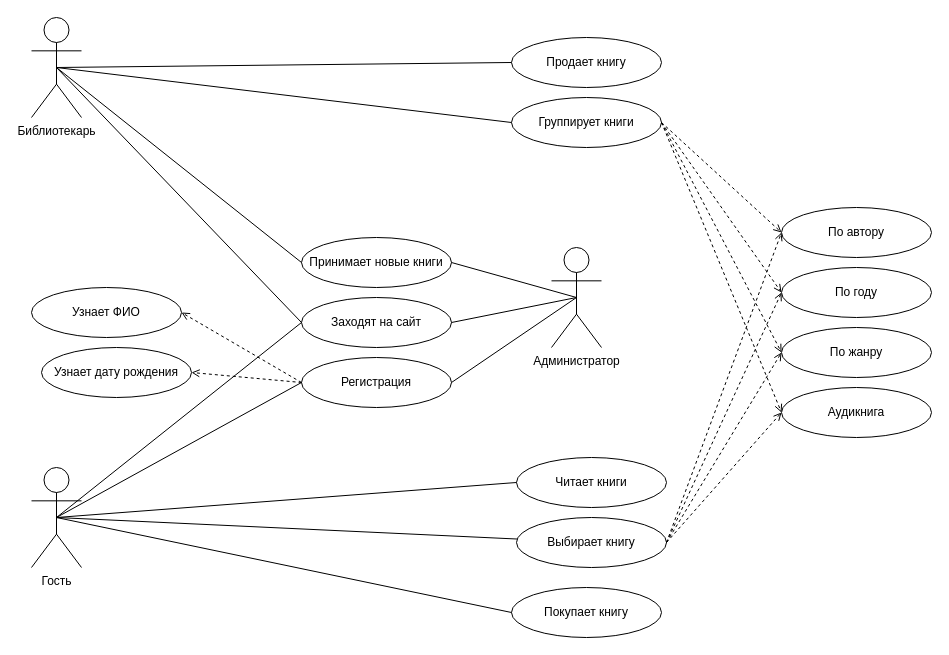
Before: Диаграмма 1.drawio in Fanatik62/biblioteka, a draw.io diagram. Source tidied: cells renumbered, new cells numbered last; positions are measured from the earlier drawing's top-left corner, leaving out a move shared by most shapes. Both pictures are drawn from the tidied source at 100%, with x=0, y=0 at pixel (31, 17).
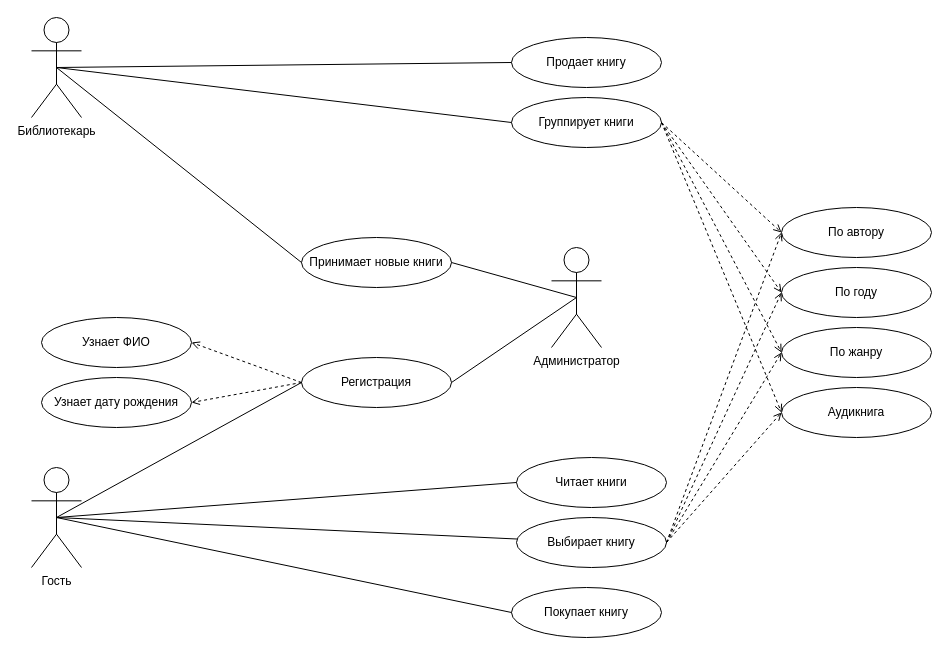
The same diagram, later.

Unchanged cells that the change refers to:
```xml
<mxCell id="2" value="Библиотекарь" style="shape=umlActor;verticalLabelPosition=bottom;verticalAlign=top;html=1;outlineConnect=0;" parent="1" vertex="1">
  <mxGeometry width="50" height="100" as="geometry" />
</mxCell>
<mxCell id="3" value="Администратор" style="shape=umlActor;verticalLabelPosition=bottom;verticalAlign=top;html=1;outlineConnect=0;" parent="1" vertex="1">
  <mxGeometry x="520" y="230" width="50" height="100" as="geometry" />
</mxCell>
<mxCell id="4" value="Гость" style="shape=umlActor;verticalLabelPosition=bottom;verticalAlign=top;html=1;outlineConnect=0;" parent="1" vertex="1">
  <mxGeometry y="450" width="50" height="100" as="geometry" />
</mxCell>
```

The edit, as a diff of the source:
```diff
@@
     <mxCell id="26" value="Узнает ФИО" style="ellipse;whiteSpace=wrap;html=1;" parent="1" vertex="1">
-      <mxGeometry y="270" width="150" height="50" as="geometry" />
+      <mxGeometry x="10" y="300" width="150" height="50" as="geometry" />
     </mxCell>
     <mxCell id="27" value="Узнает дату рождения" style="ellipse;whiteSpace=wrap;html=1;" parent="1" vertex="1">
-      <mxGeometry x="10" y="330" width="150" height="50" as="geometry" />
+      <mxGeometry x="10" y="360" width="150" height="50" as="geometry" />
     </mxCell>
@@
-    <mxCell id="37" value="Заходят на сайт" style="ellipse;whiteSpace=wrap;html=1;" parent="1" vertex="1">
-      <mxGeometry x="270" y="280" width="150" height="50" as="geometry" />
-    </mxCell>
-    <mxCell id="38" style="endArrow=none;html=1;entryX=0;entryY=0.5;entryDx=0;entryDy=0;exitX=0.5;exitY=0.5;exitDx=0;exitDy=0;exitPerimeter=0;" parent="1" edge="1" source="4" target="37">
-      <mxGeometry relative="1" as="geometry" />
-    </mxCell>
-    <mxCell id="39" style="endArrow=none;html=1;exitX=0.5;exitY=0.5;exitDx=0;exitDy=0;exitPerimeter=0;entryX=0;entryY=0.5;entryDx=0;entryDy=0;" parent="1" edge="1" source="2" target="37">
-      <mxGeometry relative="1" as="geometry" />
-    </mxCell>
-    <mxCell id="40" style="endArrow=none;html=1;exitX=1;exitY=0.5;exitDx=0;exitDy=0;entryX=0.5;entryY=0.5;entryDx=0;entryDy=0;entryPerimeter=0;" parent="1" edge="1" source="37" target="3">
-      <mxGeometry relative="1" as="geometry" />
-    </mxCell>
```
